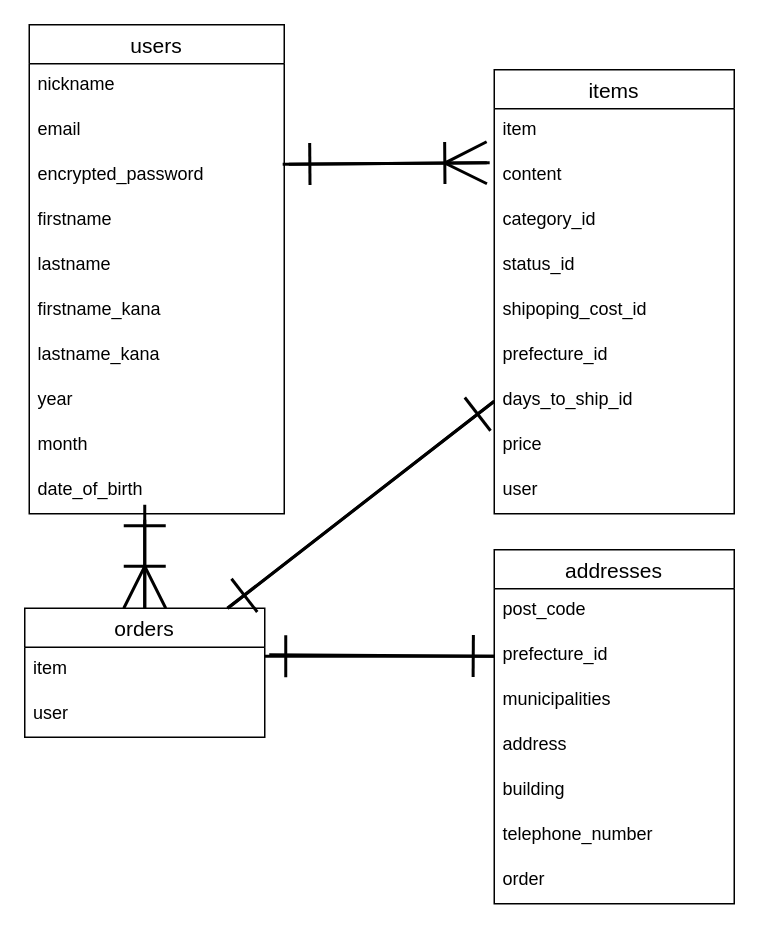
The draw.io diagram test.dio in masayareb/furima-38801, before the edit. Source tidied: cells renumbered, new cells numbered last; positions are measured from the earlier drawing's top-left corner, leaving out a move shared by most shapes. Both pictures are drawn from the tidied source at 150%, with x=0, y=0 at pixel (24, 24).
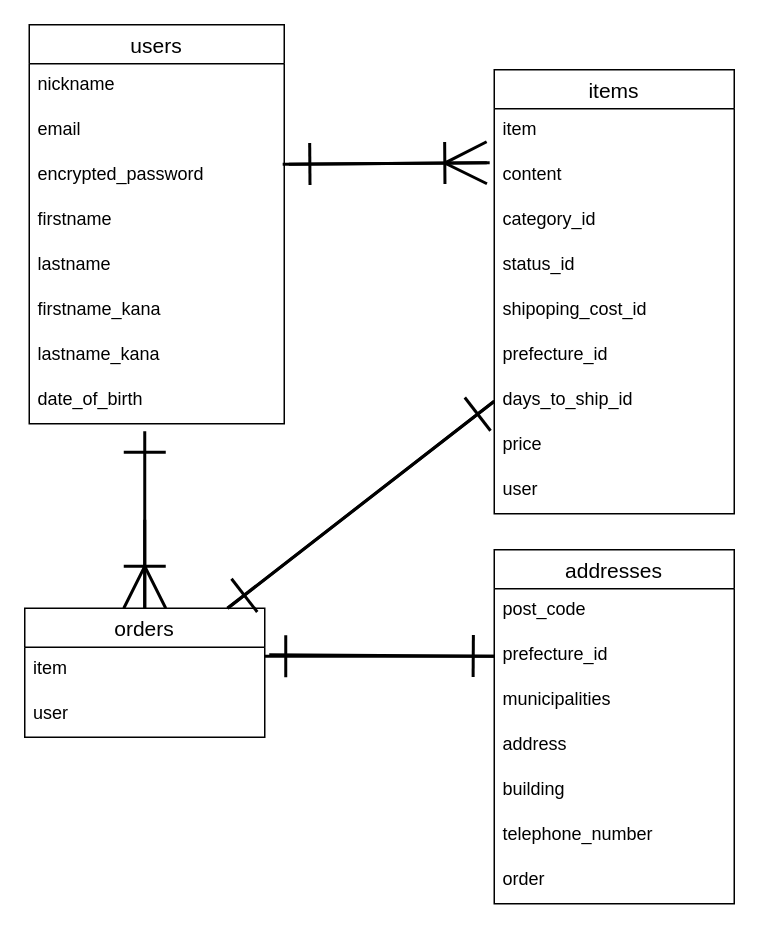
The same page after the edit.

Commit message:
データベース_修正5

Unchanged cells that the change refers to:
```xml
<mxCell id="24" value="orders" style="swimlane;fontStyle=0;horizontal=1;startSize=26;align=center;fontSize=14;" parent="1" vertex="1">
  <mxGeometry y="389" width="160" height="86" as="geometry" />
</mxCell>
```

Diff of the diagram source:
```diff
@@
     <mxCell id="2" value="users" style="swimlane;fontStyle=0;horizontal=1;startSize=26;align=center;fontSize=14;" parent="1" vertex="1">
-      <mxGeometry x="3" width="170" height="326" as="geometry" />
+      <mxGeometry x="3" width="170" height="266" as="geometry" />
     </mxCell>
@@
-    <mxCell id="10" value="year" style="text;strokeColor=none;fillColor=none;spacingLeft=4;spacingRight=4;overflow=hidden;fontSize=12;" parent="2" vertex="1">
-      <mxGeometry y="236" width="170" height="30" as="geometry" />
-    </mxCell>
-    <mxCell id="11" value="month" style="text;strokeColor=none;fillColor=none;spacingLeft=4;spacingRight=4;overflow=hidden;fontSize=12;" parent="2" vertex="1">
-      <mxGeometry y="266" width="170" height="30" as="geometry" />
-    </mxCell>
     <mxCell id="12" value="date_of_birth" style="text;strokeColor=none;fillColor=none;spacingLeft=4;spacingRight=4;overflow=hidden;points=[[0,0.5],[1,0.5]];portConstraint=eastwest;fontSize=12;" parent="2" vertex="1">
-      <mxGeometry y="296" width="170" height="30" as="geometry" />
+      <mxGeometry y="236" width="170" height="30" as="geometry" />
     </mxCell>
@@
-    <mxCell id="23" style="edgeStyle=none;html=1;exitX=0.5;exitY=0;exitDx=0;exitDy=0;strokeWidth=2;endArrow=ERone;endFill=0;endSize=25;" parent="1" edge="1" source="24">
-      <mxGeometry relative="1" as="geometry">
-        <mxPoint x="80" y="320" as="targetPoint" />
-      </mxGeometry>
+    <mxCell id="23" style="edgeStyle=none;html=1;exitX=0.5;exitY=0;exitDx=0;exitDy=0;strokeWidth=2;endArrow=ERone;endFill=0;endSize=25;entryX=0.453;entryY=1.167;entryDx=0;entryDy=0;entryPerimeter=0;" parent="1" edge="1" source="24" target="12">
+      <mxGeometry relative="1" as="geometry" />
     </mxCell>
```
